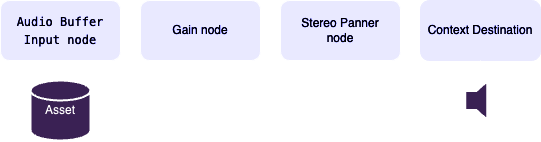
This is tau_rust/example/lib/MozillaEx/iir_filter_node/MozillaEx_IirFilterNode_graph.png from Canardoux/tau.sav, a draw.io export, as it was before one commit. Source tidied: cells renumbered, new cells last; positions are measured from the earlier drawing's top-left corner, leaving out a move shared by most shapes.
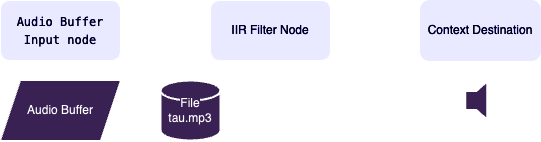
Later version of the same file.

Change to the diagram source:
```diff
@@ -5,26 +5,20 @@
     <mxCell id="2" value="&lt;div style=&quot;font-family: Menlo, Monaco, &amp;quot;Courier New&amp;quot;, monospace; line-height: 18px; white-space: pre;&quot;&gt;&lt;font style=&quot;background-color: rgb(0, 0, 153);&quot; color=&quot;#ffffff&quot;&gt;Audio Buffer&lt;/font&gt;&lt;/div&gt;&lt;div style=&quot;font-family: Menlo, Monaco, &amp;quot;Courier New&amp;quot;, monospace; line-height: 18px; white-space: pre;&quot;&gt;&lt;font style=&quot;background-color: rgb(0, 0, 153);&quot; color=&quot;#ffffff&quot;&gt;Input node&lt;/font&gt;&lt;/div&gt;" style="rounded=1;whiteSpace=wrap;html=1;fillColor=#000099;" parent="1" vertex="1">
       <mxGeometry width="120" height="60" as="geometry" />
     </mxCell>
-    <mxCell id="3" value="&lt;span style=&quot;background-color: rgb(0, 0, 153);&quot;&gt;&lt;font color=&quot;#ffffff&quot;&gt;Gain node&lt;/font&gt;&lt;/span&gt;" style="rounded=1;whiteSpace=wrap;html=1;fillColor=#000099;" parent="1" vertex="1">
-      <mxGeometry x="140" width="120" height="60" as="geometry" />
+    <mxCell id="3" value="&lt;span style=&quot;background-color: rgb(0, 0, 153);&quot;&gt;&lt;font color=&quot;#ffffff&quot;&gt;IIR Filter Node&lt;/font&gt;&lt;/span&gt;" style="rounded=1;whiteSpace=wrap;html=1;fillColor=#000099;" parent="1" vertex="1">
+      <mxGeometry x="210" width="120" height="60" as="geometry" />
     </mxCell>
-    <mxCell id="4" value="&lt;span style=&quot;background-color: rgb(0, 0, 153);&quot;&gt;&lt;font color=&quot;#ffffff&quot;&gt;Stereo Panner&lt;/font&gt;&lt;/span&gt;&lt;div&gt;&lt;span style=&quot;background-color: rgb(0, 0, 153);&quot;&gt;&lt;font color=&quot;#ffffff&quot;&gt;node&lt;/font&gt;&lt;/span&gt;&lt;/div&gt;" style="rounded=1;whiteSpace=wrap;html=1;fillColor=#000099;" parent="1" vertex="1">
-      <mxGeometry x="280" width="120" height="60" as="geometry" />
-    </mxCell>
     <mxCell id="5" value="&lt;span style=&quot;background-color: rgb(0, 0, 153);&quot;&gt;&lt;font color=&quot;#ffffff&quot;&gt;Context Destination&lt;/font&gt;&lt;/span&gt;" style="rounded=1;whiteSpace=wrap;html=1;fillColor=#000099;strokeColor=#000099;" parent="1" vertex="1">
       <mxGeometry x="420" width="120" height="60" as="geometry" />
     </mxCell>
     <mxCell id="6" style="endArrow=classic;html=1;rounded=0;exitX=1;exitY=0.5;exitDx=0;exitDy=0;entryX=0;entryY=0.5;entryDx=0;entryDy=0;" parent="1" edge="1" source="2" target="3">
       <mxGeometry relative="1" as="geometry" />
     </mxCell>
-    <mxCell id="7" style="endArrow=classic;html=1;rounded=0;exitX=1;exitY=0.5;exitDx=0;exitDy=0;entryX=0;entryY=0.5;entryDx=0;entryDy=0;" parent="1" edge="1" source="3" target="4">
-      <mxGeometry relative="1" as="geometry" />
-    </mxCell>
-    <mxCell id="8" style="endArrow=classic;html=1;rounded=0;exitX=1;exitY=0.5;exitDx=0;exitDy=0;entryX=0;entryY=0.5;entryDx=0;entryDy=0;" parent="1" edge="1" source="4" target="5">
+    <mxCell id="8" style="endArrow=classic;html=1;rounded=0;exitX=1;exitY=0.5;exitDx=0;exitDy=0;entryX=0;entryY=0.5;entryDx=0;entryDy=0;" parent="1" edge="1" source="3" target="5">
       <mxGeometry relative="1" as="geometry" />
     </mxCell>
-    <mxCell id="9" value="&lt;span style=&quot;background-color: rgb(229, 204, 255);&quot;&gt;Asset&lt;/span&gt;" style="strokeWidth=2;html=1;shape=mxgraph.flowchart.database;whiteSpace=wrap;fillColor=#E5CCFF;" parent="1" vertex="1">
-      <mxGeometry x="30" y="80" width="60" height="60" as="geometry" />
+    <mxCell id="9" value="&lt;span style=&quot;background-color: rgb(229, 204, 255);&quot;&gt;File&lt;/span&gt;&lt;div&gt;&lt;span style=&quot;background-color: rgb(229, 204, 255);&quot;&gt;tau.mp3&lt;/span&gt;&lt;/div&gt;" style="strokeWidth=2;html=1;shape=mxgraph.flowchart.database;whiteSpace=wrap;fillColor=#E5CCFF;" parent="1" vertex="1">
+      <mxGeometry x="160" y="80" width="60" height="60" as="geometry" />
     </mxCell>
     <mxCell id="10" style="endArrow=classic;html=1;rounded=0;entryX=0.5;entryY=1;entryDx=0;entryDy=0;" parent="1" edge="1" target="2">
       <mxGeometry relative="1" as="geometry">
@@ -42,5 +36,11 @@
     <mxCell id="13" value="Speaker" style="text;html=1;align=center;verticalAlign=middle;whiteSpace=wrap;rounded=0;" parent="1" vertex="1">
       <mxGeometry x="450" y="120" width="60" height="20" as="geometry" />
     </mxCell>
+    <mxCell id="14" value="Audio Buffer" style="shape=parallelogram;perimeter=parallelogramPerimeter;whiteSpace=wrap;html=1;fixedSize=1;fillColor=#E5CCFF;" parent="1" vertex="1">
+      <mxGeometry y="80" width="120" height="60" as="geometry" />
+    </mxCell>
+    <mxCell id="15" style="endArrow=classic;html=1;rounded=0;exitX=0;exitY=0.5;exitDx=0;exitDy=0;exitPerimeter=0;entryX=1;entryY=0.5;entryDx=0;entryDy=0;" parent="1" edge="1" source="9" target="14">
+      <mxGeometry relative="1" as="geometry" />
+    </mxCell>
   </root>
 </mxGraphModel>
```
